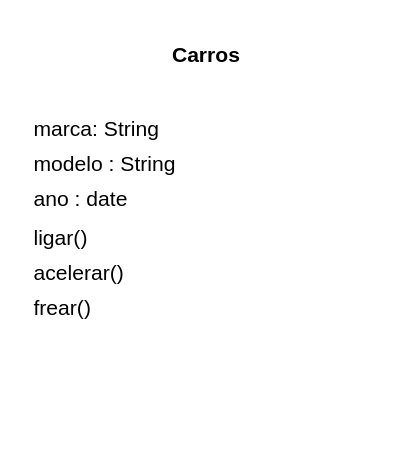
cleberkirch86/Prog1-Atividade2 keeps this draw.io diagram as UML/Carrps.drawio. Above is the earlier version. Source tidied: cells renumbered, new cells numbered last; positions are measured from the earlier drawing's top-left corner, leaving out a move shared by most shapes. Both pictures are drawn from the tidied source at 176%, with x=0, y=0 at pixel (30, 30).
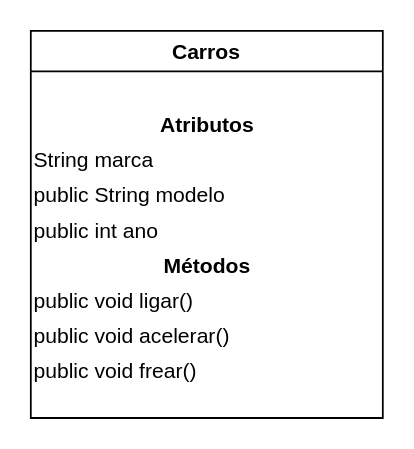
Above is the later version.

Diff of the diagram source:
```diff
@@
 <mxGraphModel>
   <root>
     <mxCell id="0" />
     <mxCell id="1" parent="0" />
-    <mxCell id="2" value="Carros" style="text;align=center;fontStyle=1;" parent="1" vertex="1">
-      <mxGeometry width="200" height="40" as="geometry" />
+    <mxCell id="2" value="Carros" style="swimlane;fontStyle=1;" parent="1" vertex="1">
+      <mxGeometry width="200" height="220" as="geometry" />
     </mxCell>
-    <mxCell id="3" style="line;strokeColor=#000000;" parent="1" edge="1">
-      <mxGeometry x="100" y="140" as="geometry" />
+    <mxCell id="3" value="Atributos" style="text;html=1;align=center;fontStyle=1;" parent="2" vertex="1">
+      <mxGeometry y="40" width="200" height="20" as="geometry" />
     </mxCell>
-    <mxCell id="4" value="marca: String" style="text;html=1;" parent="1" vertex="1">
-      <mxGeometry y="42" width="200" height="20" as="geometry" />
+    <mxCell id="4" value="String marca" style="text;html=1;" parent="2" vertex="1">
+      <mxGeometry y="60" width="200" height="20" as="geometry" />
     </mxCell>
-    <mxCell id="5" value="modelo : String" style="text;html=1;" parent="1" vertex="1">
-      <mxGeometry y="62" width="200" height="20" as="geometry" />
+    <mxCell id="5" value="public String modelo" style="text;html=1;" parent="2" vertex="1">
+      <mxGeometry y="80" width="200" height="20" as="geometry" />
     </mxCell>
-    <mxCell id="6" value="ano : date" style="text;html=1;" parent="1" vertex="1">
-      <mxGeometry y="82" width="200" height="20" as="geometry" />
+    <mxCell id="6" value="public int ano" style="text;html=1;" parent="2" vertex="1">
+      <mxGeometry y="100" width="200" height="20" as="geometry" />
     </mxCell>
-    <mxCell id="7" style="line;strokeColor=#000000;" parent="1" edge="1">
-      <mxGeometry x="100" y="202" as="geometry" />
+    <mxCell id="7" value="Métodos" style="text;html=1;align=center;fontStyle=1;" parent="2" vertex="1">
+      <mxGeometry y="120" width="200" height="20" as="geometry" />
     </mxCell>
-    <mxCell id="8" value="ligar()" style="text;html=1;" parent="1" vertex="1">
-      <mxGeometry y="104" width="200" height="20" as="geometry" />
+    <mxCell id="8" value="public void ligar()" style="text;html=1;" parent="2" vertex="1">
+      <mxGeometry y="140" width="200" height="20" as="geometry" />
     </mxCell>
-    <mxCell id="9" value="acelerar()" style="text;html=1;" parent="1" vertex="1">
-      <mxGeometry y="124" width="200" height="20" as="geometry" />
+    <mxCell id="9" value="public void acelerar()" style="text;html=1;" parent="2" vertex="1">
+      <mxGeometry y="160" width="200" height="20" as="geometry" />
     </mxCell>
-    <mxCell id="10" value="frear()" style="text;html=1;" parent="1" vertex="1">
-      <mxGeometry y="144" width="200" height="20" as="geometry" />
+    <mxCell id="10" value="public void frear()" style="text;html=1;" parent="2" vertex="1">
+      <mxGeometry y="180" width="200" height="20" as="geometry" />
     </mxCell>
   </root>
 </mxGraphModel>
```
